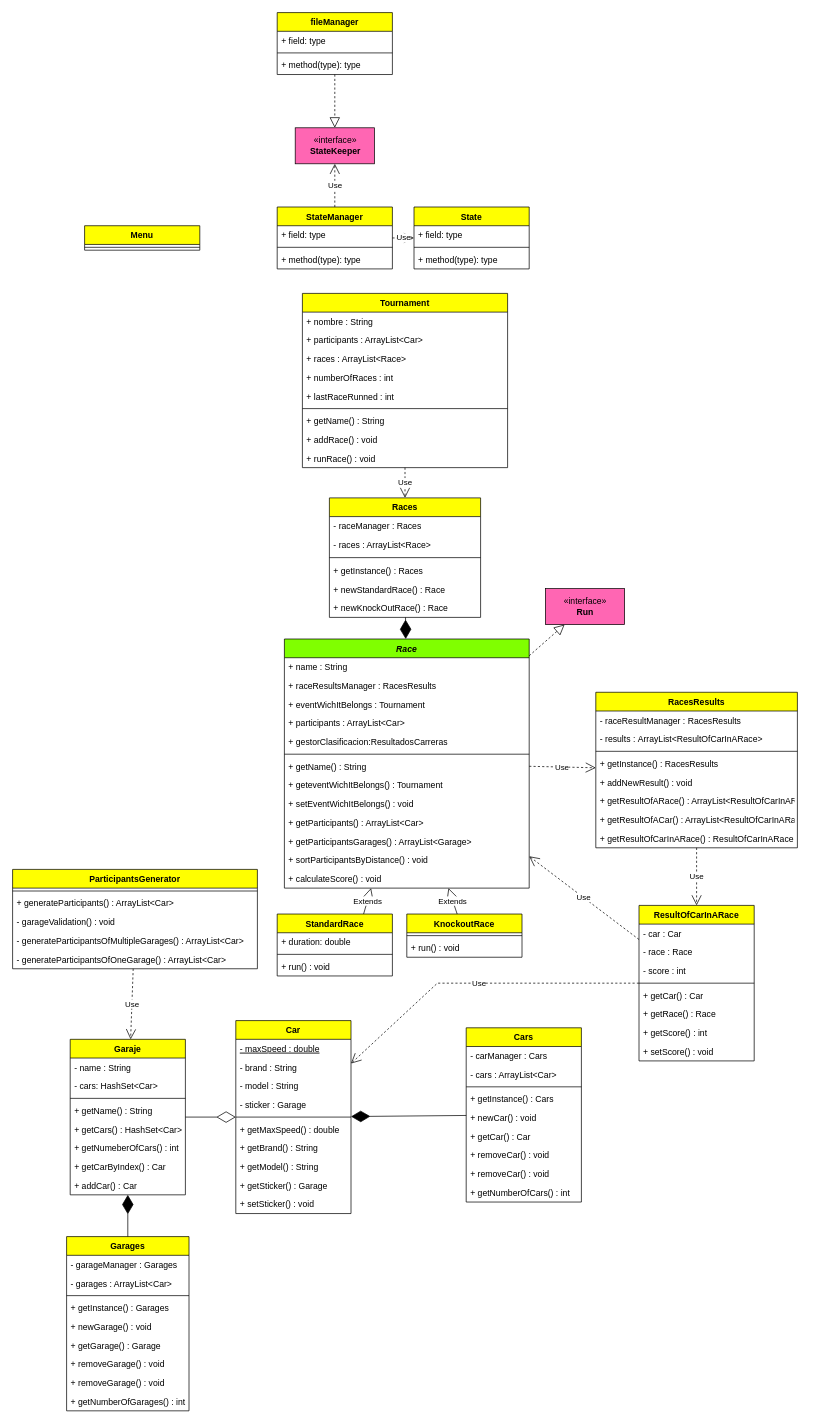
Above: Programacion/RaceControl/RaceControlUML.drawio in MarioCFC/Bootcamp (draw.io), before the change. Source tidied: cells renumbered, new cells numbered last; positions are measured from the earlier drawing's top-left corner, leaving out a move shared by most shapes. Both pictures are drawn from the tidied source at 72%, with x=0, y=0 at pixel (12, 12).
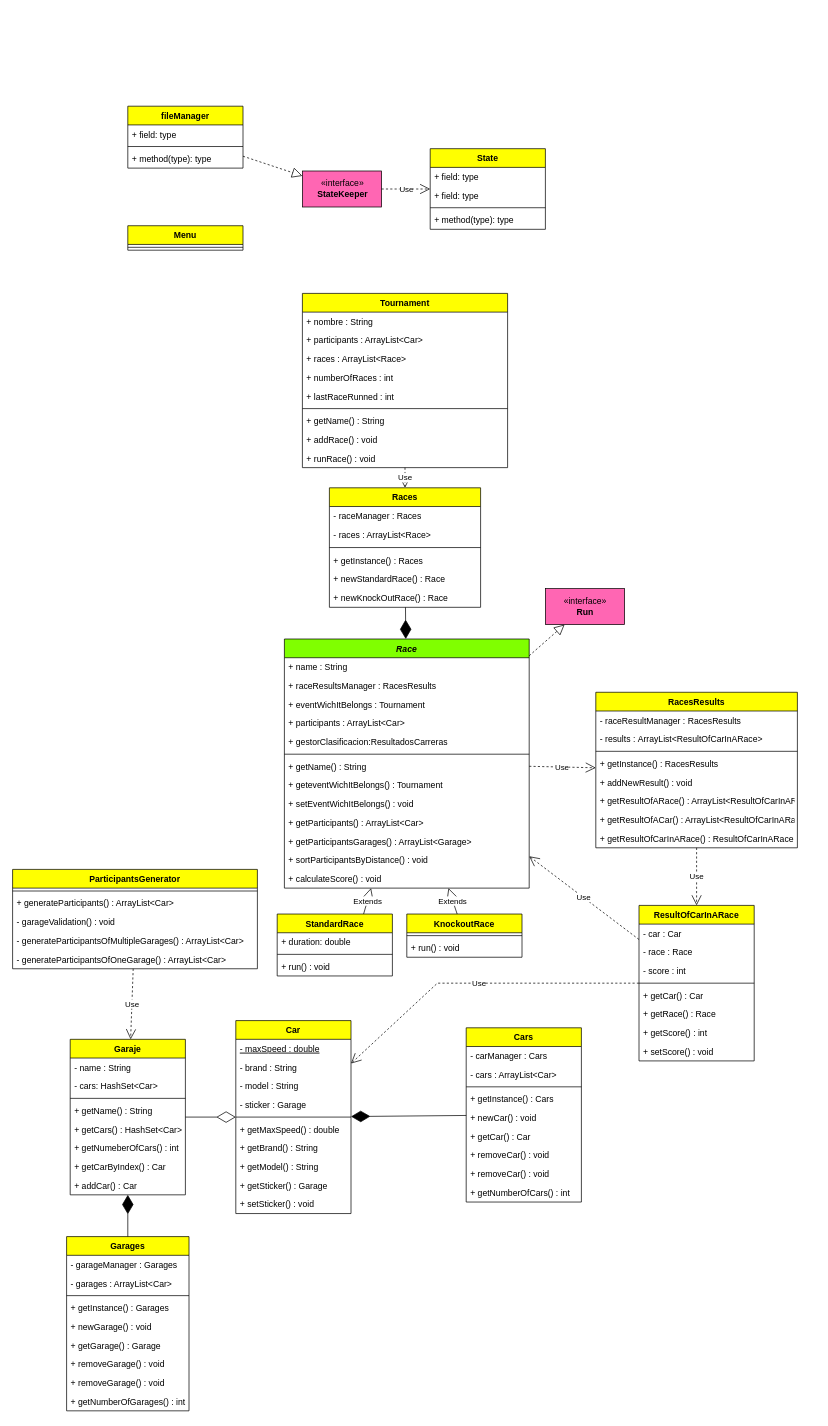
Above is the later version.

Change to the diagram source:
```diff
@@
     <mxCell id="47" value="«interface»&lt;br&gt;&lt;b&gt;StateKeeper&lt;/b&gt;" style="html=1;fillColor=#FF66B3;" parent="1" vertex="1">
-      <mxGeometry x="392.5" y="160" width="110" height="50" as="geometry" />
+      <mxGeometry x="402.5" y="220" width="110" height="50" as="geometry" />
     </mxCell>
     <mxCell id="48" value="fileManager" style="swimlane;fontStyle=1;align=center;verticalAlign=top;horizontal=1;startSize=26;fillColor=#FFFF00;" parent="1" vertex="1">
-      <mxGeometry x="367.5" width="160" height="86" as="geometry" />
+      <mxGeometry x="160" y="130" width="160" height="86" as="geometry" />
     </mxCell>
@@
-    <mxCell id="61" value="StateManager" style="swimlane;fontStyle=1;align=center;verticalAlign=top;horizontal=1;startSize=26;fillColor=#FFFF00;" parent="1" vertex="1">
-      <mxGeometry x="367.5" y="270" width="160" height="86" as="geometry" />
-    </mxCell>
+    <mxCell id="65" value="State" style="swimlane;fontStyle=1;align=center;verticalAlign=top;horizontal=1;startSize=26;fillColor=#FFFF00;" parent="1" vertex="1">
+      <mxGeometry x="580" y="189" width="160" height="112" as="geometry" />
+    </mxCell>
-    <mxCell id="62" value="+ field: type" style="text;strokeColor=none;fillColor=none;align=left;verticalAlign=top;spacingLeft=4;spacingRight=4;overflow=hidden;" parent="61" vertex="1">
+    <mxCell id="62" value="+ field: type" style="text;strokeColor=none;fillColor=none;align=left;verticalAlign=top;spacingLeft=4;spacingRight=4;overflow=hidden;" parent="65" vertex="1">
       <mxGeometry y="26" width="160" height="26" as="geometry" />
     </mxCell>
-    <mxCell id="63" style="line;strokeWidth=1;fillColor=none;align=left;verticalAlign=middle;spacingTop=-1;spacingLeft=3;spacingRight=3;labelPosition=right;" parent="61" vertex="1">
-      <mxGeometry y="52" width="160" height="8" as="geometry" />
-    </mxCell>
-    <mxCell id="64" value="+ method(type): type" style="text;strokeColor=none;fillColor=none;align=left;verticalAlign=top;spacingLeft=4;spacingRight=4;overflow=hidden;" parent="61" vertex="1">
-      <mxGeometry y="60" width="160" height="26" as="geometry" />
-    </mxCell>
-    <mxCell id="65" value="State" style="swimlane;fontStyle=1;align=center;verticalAlign=top;horizontal=1;startSize=26;fillColor=#FFFF00;" parent="1" vertex="1">
-      <mxGeometry x="557.5" y="270" width="160" height="86" as="geometry" />
-    </mxCell>
     <mxCell id="66" value="+ field: type" style="text;strokeColor=none;fillColor=none;align=left;verticalAlign=top;spacingLeft=4;spacingRight=4;overflow=hidden;" parent="65" vertex="1">
-      <mxGeometry y="26" width="160" height="26" as="geometry" />
+      <mxGeometry y="52" width="160" height="26" as="geometry" />
     </mxCell>
     <mxCell id="67" style="line;strokeWidth=1;fillColor=none;align=left;verticalAlign=middle;spacingTop=-1;spacingLeft=3;spacingRight=3;labelPosition=right;" parent="65" vertex="1">
-      <mxGeometry y="52" width="160" height="8" as="geometry" />
+      <mxGeometry y="78" width="160" height="8" as="geometry" />
     </mxCell>
     <mxCell id="68" value="+ method(type): type" style="text;strokeColor=none;fillColor=none;align=left;verticalAlign=top;spacingLeft=4;spacingRight=4;overflow=hidden;" parent="65" vertex="1">
-      <mxGeometry y="60" width="160" height="26" as="geometry" />
+      <mxGeometry y="86" width="160" height="26" as="geometry" />
     </mxCell>
-    <mxCell id="69" value="Use" style="endArrow=open;endSize=12;dashed=1;html=1;rounded=0;" parent="1" edge="1" source="61" target="65">
-      <mxGeometry relative="1" as="geometry" />
-    </mxCell>
-    <mxCell id="70" value="Use" style="endArrow=open;endSize=12;dashed=1;html=1;rounded=0;" parent="1" edge="1" source="61" target="47">
+    <mxCell id="70" value="Use" style="endArrow=open;endSize=12;dashed=1;html=1;rounded=0;" parent="1" edge="1" source="47" target="65">
       <mxGeometry relative="1" as="geometry" />
     </mxCell>
@@
     <mxCell id="91" value="Menu" style="swimlane;fontStyle=1;align=center;verticalAlign=top;horizontal=1;startSize=26;fillColor=#FFFF00;" parent="1" vertex="1">
-      <mxGeometry x="100" y="296" width="160" height="34" as="geometry" />
+      <mxGeometry x="160" y="296" width="160" height="34" as="geometry" />
     </mxCell>
@@
     <mxCell id="113" value="Races" style="swimlane;fontStyle=1;align=center;verticalAlign=top;horizontal=1;startSize=26;fillColor=#FFFF00;" parent="1" vertex="1">
-      <mxGeometry x="440" y="674" width="210" height="166" as="geometry" />
+      <mxGeometry x="440" y="660" width="210" height="166" as="geometry" />
     </mxCell>
```
